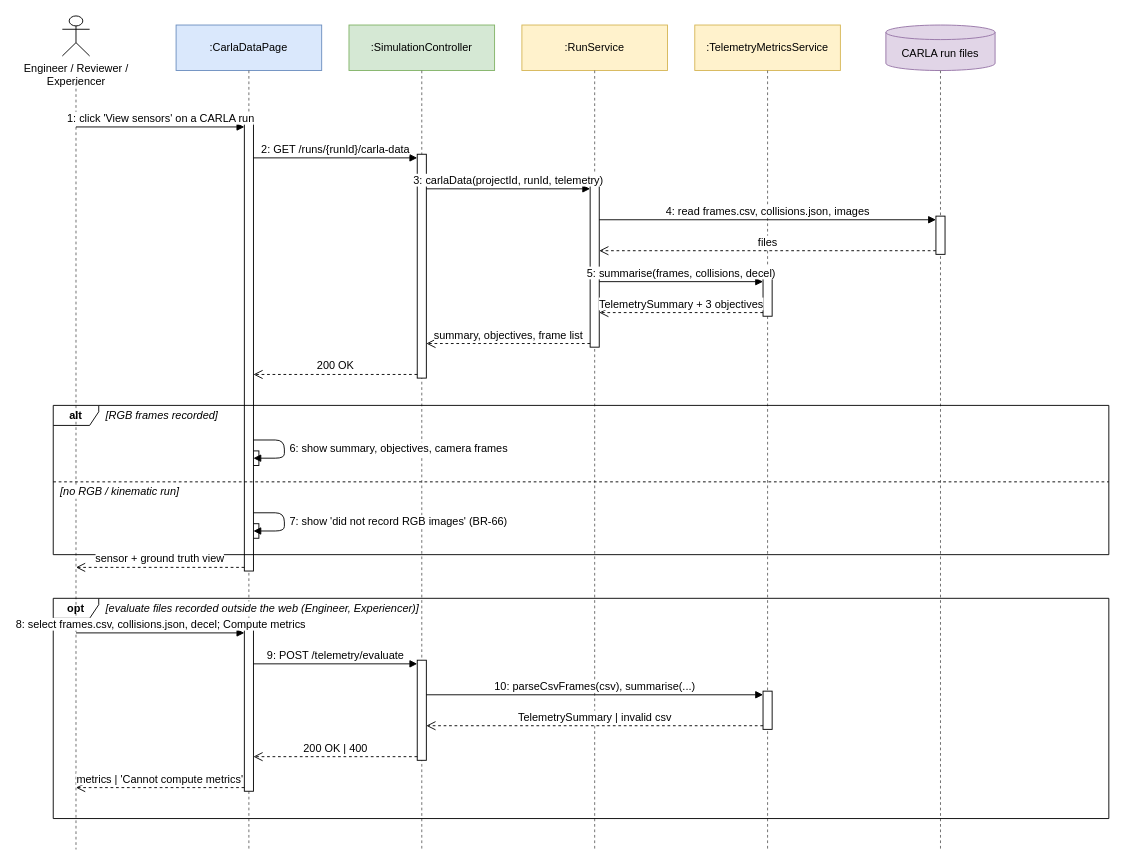
Before: docs/report/diagrams/fe09-11/fe09-view-sensor-ground-truth.drawio in Menakanchi/SEP490-FA26-G15, a draw.io diagram. Source tidied: cells renumbered, new cells numbered last; positions are measured from the earlier drawing's top-left corner, leaving out a move shared by most shapes. Both pictures are drawn from the tidied source at 91%, with x=0, y=0 at pixel (53, 15).
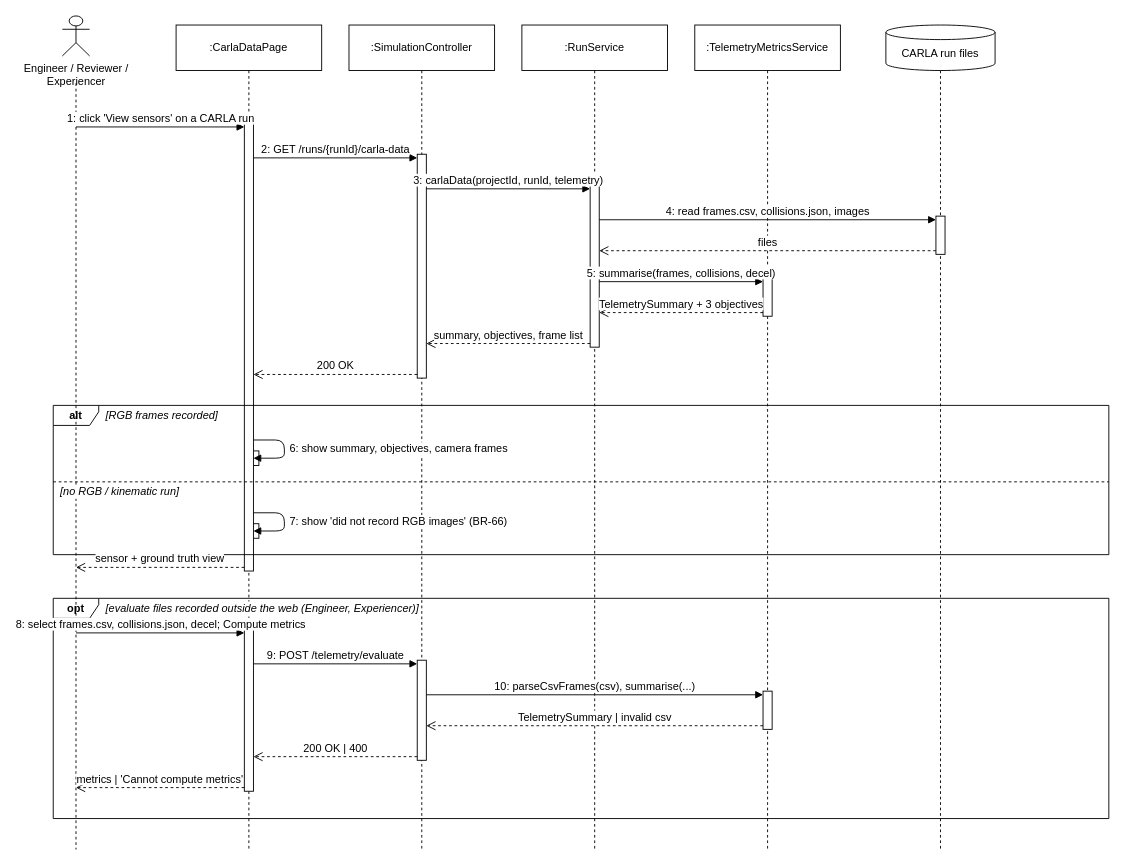
Above is the later version.

The edit, as a diff of the source:
```diff
@@
-    <mxCell id="3" style="endArrow=none;dashed=1;html=1;strokeColor=#666666;" parent="1" edge="1">
+    <mxCell id="3" style="endArrow=none;dashed=1;html=1;strokeColor=#000000;" parent="1" edge="1">
       <mxGeometry relative="1" as="geometry">
         <mxPoint x="25" y="74" as="sourcePoint" />
         <mxPoint x="25" y="916" as="targetPoint" />
       </mxGeometry>
     </mxCell>
-    <mxCell id="4" value=":CarlaDataPage" style="fontFamily=Helvetica;fontSize=12;rounded=0;whiteSpace=wrap;html=1;fillColor=#dae8fc;strokeColor=#6c8ebf;fontStyle=0;" parent="1" vertex="1">
+    <mxCell id="4" value=":CarlaDataPage" style="fontFamily=Helvetica;fontSize=12;rounded=0;whiteSpace=wrap;html=1;fillColor=#ffffff;strokeColor=#000000;fontStyle=0;" parent="1" vertex="1">
       <mxGeometry x="135" y="10" width="160" height="50" as="geometry" />
     </mxCell>
-    <mxCell id="5" style="endArrow=none;dashed=1;html=1;strokeColor=#666666;" parent="1" edge="1">
+    <mxCell id="5" style="endArrow=none;dashed=1;html=1;strokeColor=#000000;" parent="1" edge="1">
       <mxGeometry relative="1" as="geometry">
         <mxPoint x="215" y="60" as="sourcePoint" />
         <mxPoint x="215" y="916" as="targetPoint" />
       </mxGeometry>
     </mxCell>
-    <mxCell id="6" value=":SimulationController" style="fontFamily=Helvetica;fontSize=12;rounded=0;whiteSpace=wrap;html=1;fillColor=#d5e8d4;strokeColor=#82b366;fontStyle=0;" parent="1" vertex="1">
+    <mxCell id="6" value=":SimulationController" style="fontFamily=Helvetica;fontSize=12;rounded=0;whiteSpace=wrap;html=1;fillColor=#ffffff;strokeColor=#000000;fontStyle=0;" parent="1" vertex="1">
       <mxGeometry x="325" y="10" width="160" height="50" as="geometry" />
     </mxCell>
-    <mxCell id="7" style="endArrow=none;dashed=1;html=1;strokeColor=#666666;" parent="1" edge="1">
+    <mxCell id="7" style="endArrow=none;dashed=1;html=1;strokeColor=#000000;" parent="1" edge="1">
       <mxGeometry relative="1" as="geometry">
         <mxPoint x="405" y="60" as="sourcePoint" />
         <mxPoint x="405" y="916" as="targetPoint" />
       </mxGeometry>
     </mxCell>
-    <mxCell id="8" value=":RunService" style="fontFamily=Helvetica;fontSize=12;rounded=0;whiteSpace=wrap;html=1;fillColor=#fff2cc;strokeColor=#d6b656;fontStyle=0;" parent="1" vertex="1">
+    <mxCell id="8" value=":RunService" style="fontFamily=Helvetica;fontSize=12;rounded=0;whiteSpace=wrap;html=1;fillColor=#ffffff;strokeColor=#000000;fontStyle=0;" parent="1" vertex="1">
       <mxGeometry x="515" y="10" width="160" height="50" as="geometry" />
     </mxCell>
-    <mxCell id="9" style="endArrow=none;dashed=1;html=1;strokeColor=#666666;" parent="1" edge="1">
+    <mxCell id="9" style="endArrow=none;dashed=1;html=1;strokeColor=#000000;" parent="1" edge="1">
       <mxGeometry relative="1" as="geometry">
         <mxPoint x="595" y="60" as="sourcePoint" />
         <mxPoint x="595" y="916" as="targetPoint" />
       </mxGeometry>
     </mxCell>
-    <mxCell id="10" value=":TelemetryMetricsService" style="fontFamily=Helvetica;fontSize=12;rounded=0;whiteSpace=wrap;html=1;fillColor=#fff2cc;strokeColor=#d6b656;fontStyle=0;" parent="1" vertex="1">
+    <mxCell id="10" value=":TelemetryMetricsService" style="fontFamily=Helvetica;fontSize=12;rounded=0;whiteSpace=wrap;html=1;fillColor=#ffffff;strokeColor=#000000;fontStyle=0;" parent="1" vertex="1">
       <mxGeometry x="705" y="10" width="160" height="50" as="geometry" />
     </mxCell>
-    <mxCell id="11" style="endArrow=none;dashed=1;html=1;strokeColor=#666666;" parent="1" edge="1">
+    <mxCell id="11" style="endArrow=none;dashed=1;html=1;strokeColor=#000000;" parent="1" edge="1">
       <mxGeometry relative="1" as="geometry">
         <mxPoint x="785" y="60" as="sourcePoint" />
         <mxPoint x="785" y="916" as="targetPoint" />
       </mxGeometry>
     </mxCell>
-    <mxCell id="12" value="CARLA run files" style="fontFamily=Helvetica;fontSize=12;shape=cylinder3;whiteSpace=wrap;html=1;boundedLbl=1;backgroundOutline=1;size=8;fillColor=#e1d5e7;strokeColor=#9673a6;" parent="1" vertex="1">
+    <mxCell id="12" value="CARLA run files" style="fontFamily=Helvetica;fontSize=12;shape=cylinder3;whiteSpace=wrap;html=1;boundedLbl=1;backgroundOutline=1;size=8;fillColor=#ffffff;strokeColor=#000000;" parent="1" vertex="1">
       <mxGeometry x="915" y="10" width="120" height="50" as="geometry" />
     </mxCell>
-    <mxCell id="13" style="endArrow=none;dashed=1;html=1;strokeColor=#666666;" parent="1" edge="1">
+    <mxCell id="13" style="endArrow=none;dashed=1;html=1;strokeColor=#000000;" parent="1" edge="1">
       <mxGeometry relative="1" as="geometry">
         <mxPoint x="975" y="60" as="sourcePoint" />
         <mxPoint x="975" y="916" as="targetPoint" />
       </mxGeometry>
     </mxCell>
```
